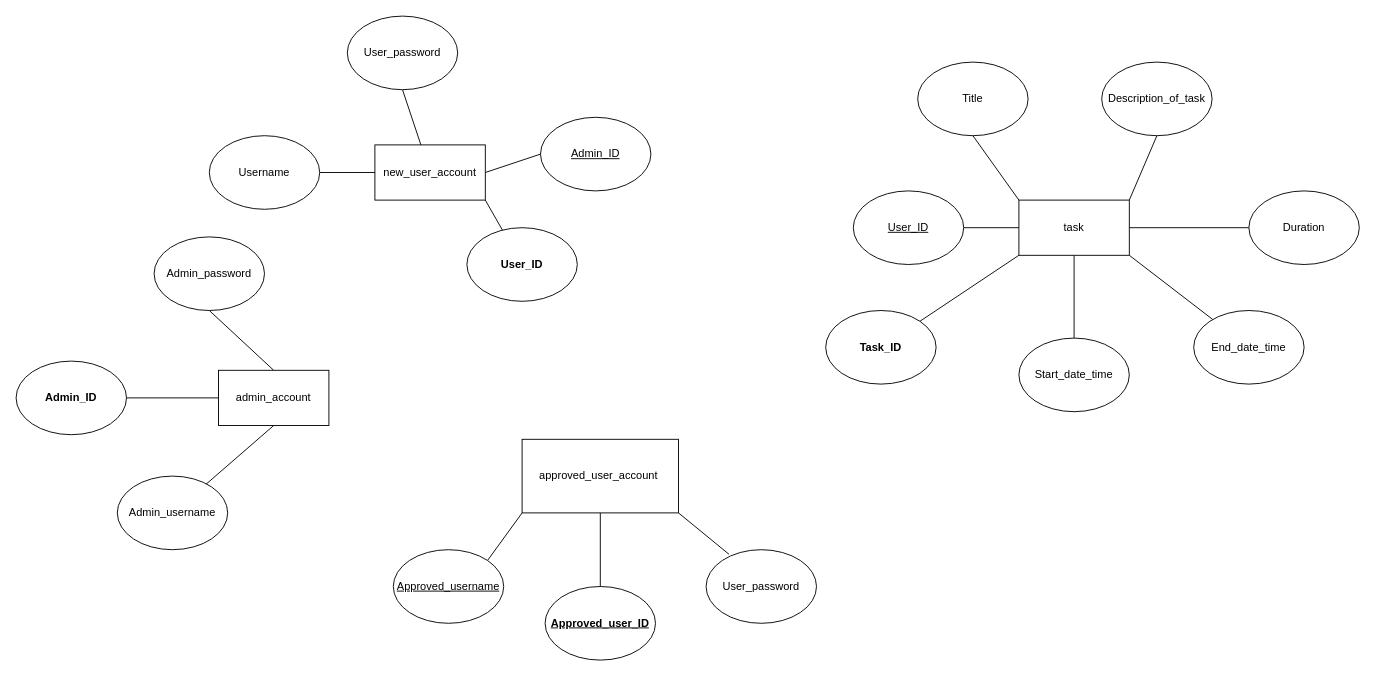
The draw.io diagram Task_Management_System_ER_Diagram/Task_Management_System_ER_Diagram.drawio in muntasir-hossain314159/Task-Management-System, before the edit. Source tidied: cells renumbered, new cells numbered last; positions are measured from the earlier drawing's top-left corner, leaving out a move shared by most shapes. Both pictures are drawn from the tidied source at 92%, with x=0, y=0 at pixel (16, 16).
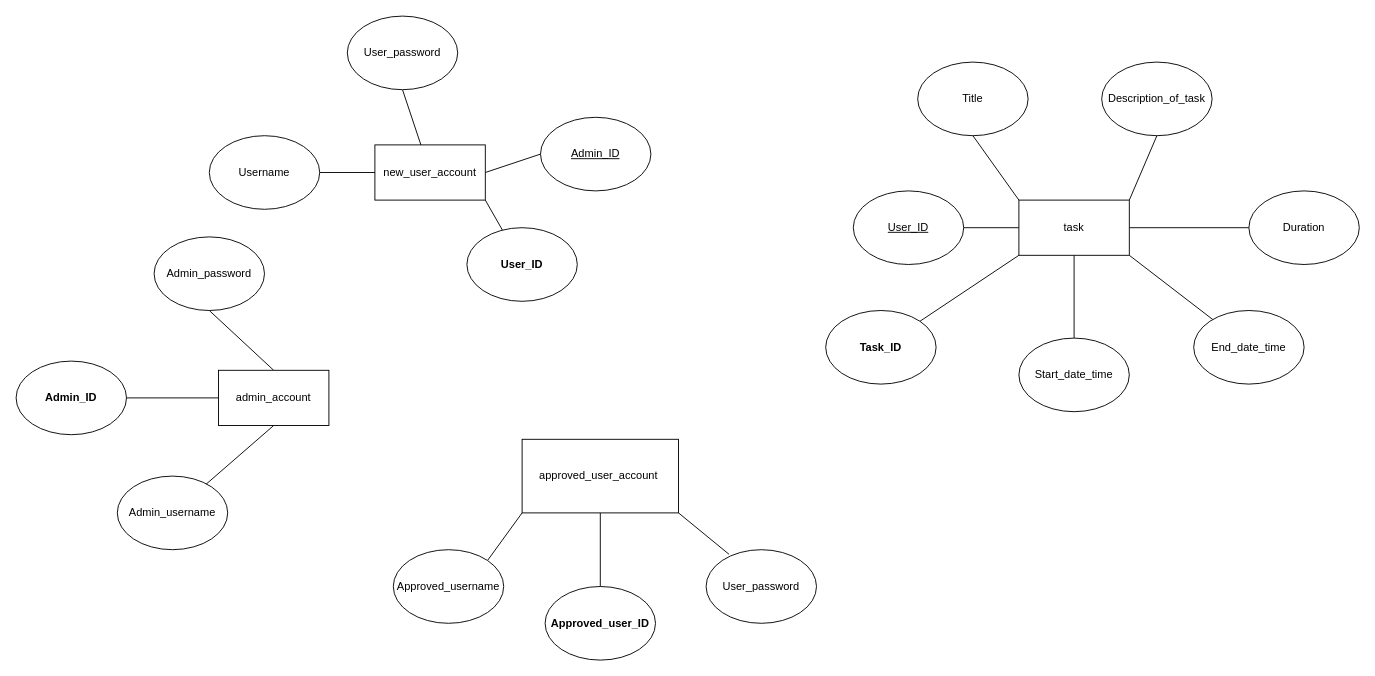
The same page after the edit.

The edit, as a diff of the source:
```diff
@@
-    <mxCell id="2" value="&lt;b&gt;&lt;u&gt;Approved_user_ID&lt;span&gt;&#9;&lt;/span&gt;&lt;/u&gt;&lt;/b&gt;" style="ellipse;whiteSpace=wrap;html=1;" parent="1" vertex="1">
+    <mxCell id="2" value="&lt;b&gt;Approved_user_ID&#9;&lt;/b&gt;" style="ellipse;whiteSpace=wrap;html=1;" parent="1" vertex="1">
       <mxGeometry x="575" y="620" width="120" height="80" as="geometry" />
     </mxCell>
@@
-    <mxCell id="26" value="&lt;u&gt;Approved_username&lt;/u&gt;&lt;span&gt;&#9;&lt;/span&gt;" style="ellipse;whiteSpace=wrap;html=1;" parent="1" vertex="1">
+    <mxCell id="26" value="Approved_username&lt;span&gt;&#9;&lt;/span&gt;" style="ellipse;whiteSpace=wrap;html=1;" parent="1" vertex="1">
       <mxGeometry x="410" y="580" width="120" height="80" as="geometry" />
     </mxCell>
```
